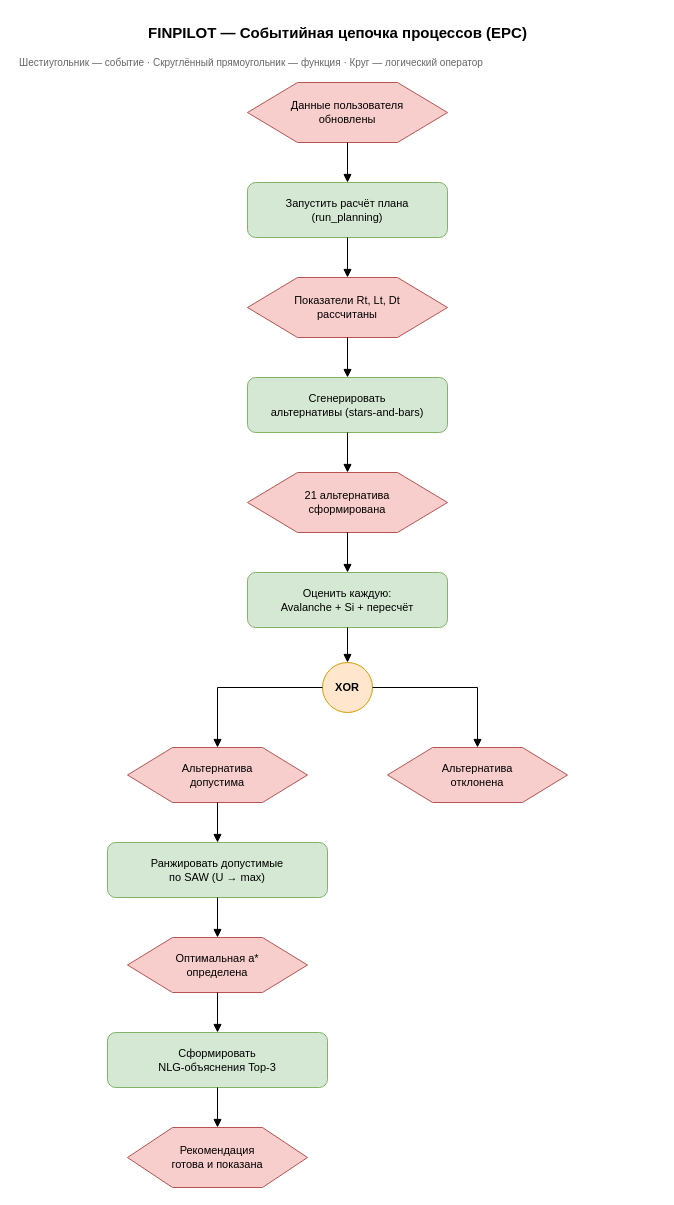
Earlier version of the draw.io diagram docs/diagrams/18_epc.drawio (vevdokimovm/personal-finance-dss). Source tidied: cells renumbered, new cells numbered last; positions are measured from the earlier drawing's top-left corner, leaving out a move shared by most shapes. Both pictures are drawn from the tidied source at 100%, with x=0, y=0 at pixel (17, 17).
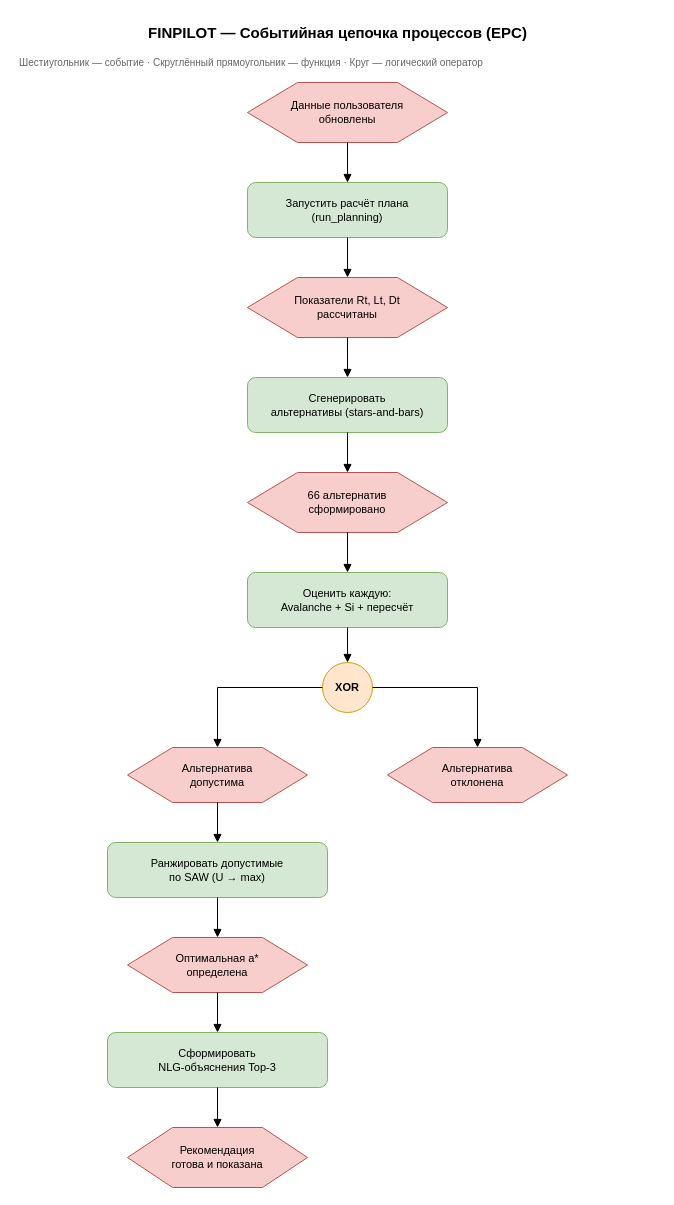
The same diagram, later.

Diff of the diagram source:
```diff
@@
-    <mxCell id="8" value="21 альтернатива&#10;сформирована" style="shape=hexagon;perimeter=hexagonPerimeter2;whiteSpace=wrap;html=1;fillColor=#f8cecc;strokeColor=#b85450;fontSize=11;" parent="1" vertex="1">
+    <mxCell id="8" value="66 альтернатив&#10;сформировано" style="shape=hexagon;perimeter=hexagonPerimeter2;whiteSpace=wrap;html=1;fillColor=#f8cecc;strokeColor=#b85450;fontSize=11;" parent="1" vertex="1">
       <mxGeometry x="230" y="455" width="200" height="60" as="geometry" />
     </mxCell>
```
